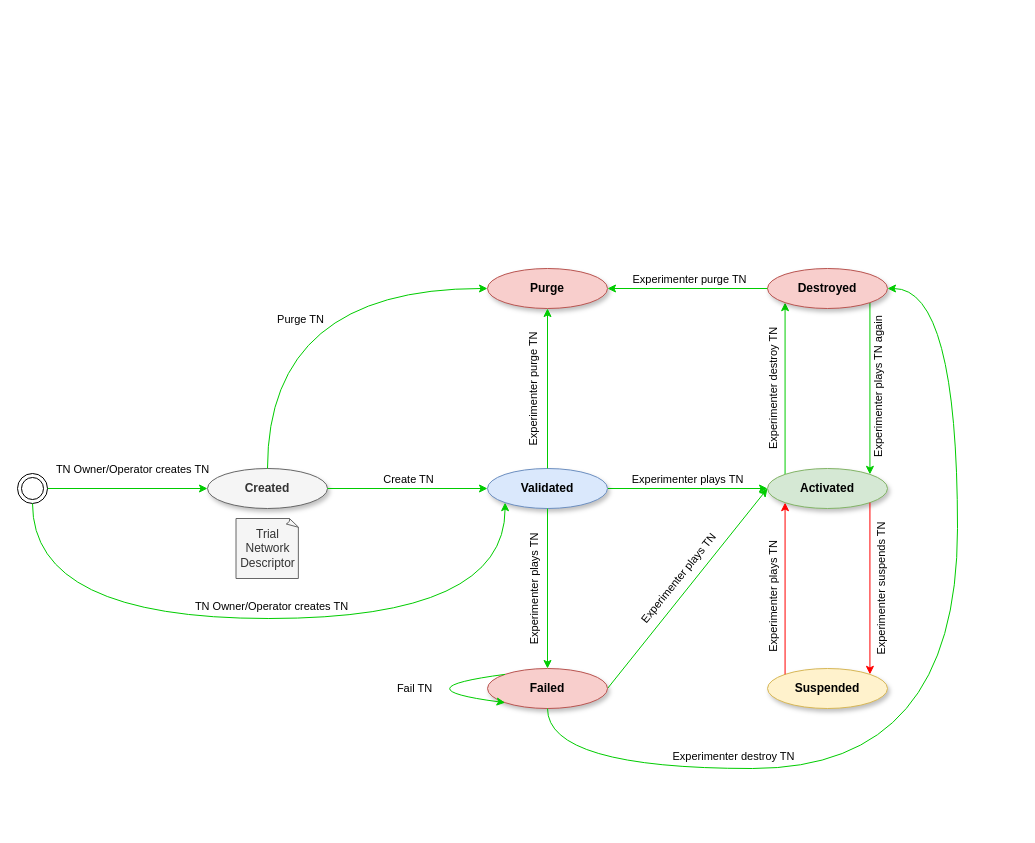
The draw.io diagram page "StateMachine" (2 of 2) of docs/drawio/TNLCM.drawio in 6G-SANDBOX/TNLCM, before the edit. Source tidied: cells renumbered, new cells numbered last; positions are measured from the earlier drawing's top-left corner, leaving out a move shared by most shapes. Both pictures are drawn from the tidied source at 100%, with x=0, y=0 at pixel (17, 268).
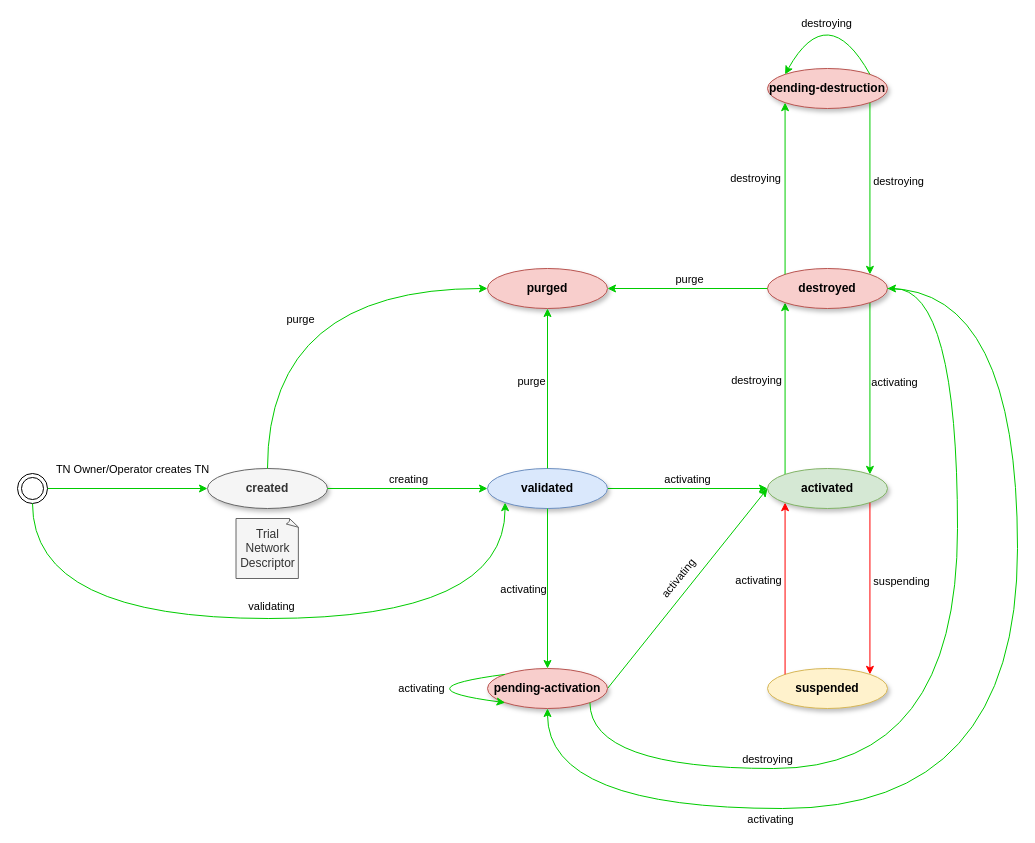
The same diagram, later.

Unchanged cells that the change refers to:
```xml
<mxCell id="2" style="edgeStyle=orthogonalEdgeStyle;rounded=0;jettySize=auto;html=1;entryX=0;entryY=1;entryDx=0;entryDy=0;exitX=0;exitY=0;exitDx=0;exitDy=0;strokeColor=#00CC00;" parent="1" edge="1" source="4" target="22">
  <mxGeometry relative="1" as="geometry" />
</mxCell>
<mxCell id="10" style="endArrow=classic;html=1;rounded=0;exitX=1;exitY=1;exitDx=0;exitDy=0;strokeColor=#FF0000;entryX=1;entryY=0;entryDx=0;entryDy=0;" parent="1" edge="1" source="4" target="9">
  <mxGeometry relative="1" as="geometry" />
</mxCell>
<mxCell id="12" style="endArrow=classic;html=1;rounded=0;exitX=0;exitY=0;exitDx=0;exitDy=0;entryX=0;entryY=1;entryDx=0;entryDy=0;strokeColor=#FF0000;" parent="1" edge="1" source="9" target="4">
  <mxGeometry relative="1" as="geometry" />
</mxCell>
<mxCell id="15" style="rounded=0;jettySize=auto;html=1;entryX=0;entryY=0.5;entryDx=0;entryDy=0;exitX=1;exitY=0.5;exitDx=0;exitDy=0;strokeColor=#00CC00;" parent="1" edge="1" source="17" target="4">
  <mxGeometry relative="1" as="geometry" />
</mxCell>
<mxCell id="18" style="endArrow=classic;html=1;rounded=0;exitX=0.5;exitY=1;exitDx=0;exitDy=0;entryX=0.5;entryY=0;entryDx=0;entryDy=0;strokeColor=#00CC00;" parent="1" edge="1" source="6" target="17">
  <mxGeometry relative="1" as="geometry" />
</mxCell>
<mxCell id="20" style="edgeStyle=orthogonalEdgeStyle;rounded=0;jettySize=auto;html=1;entryX=1;entryY=0;entryDx=0;entryDy=0;exitX=1;exitY=1;exitDx=0;exitDy=0;strokeColor=#00CC00;" parent="1" edge="1" source="22" target="4">
  <mxGeometry relative="1" as="geometry" />
</mxCell>
<mxCell id="24" style="rounded=0;jettySize=auto;html=1;exitX=0.5;exitY=0;exitDx=0;exitDy=0;strokeColor=#00CC00;" parent="1" edge="1" source="6" target="23">
  <mxGeometry relative="1" as="geometry" />
</mxCell>
<mxCell id="26" style="endArrow=classic;html=1;rounded=0;exitX=0;exitY=0.5;exitDx=0;exitDy=0;entryX=1;entryY=0.5;entryDx=0;entryDy=0;fillColor=#d5e8d4;strokeColor=#00CC00;" parent="1" edge="1" source="22" target="23">
  <mxGeometry relative="1" as="geometry" />
</mxCell>
<mxCell id="31" style="endArrow=classic;html=1;rounded=0;entryX=0;entryY=1;entryDx=0;entryDy=0;edgeStyle=orthogonalEdgeStyle;curved=1;strokeColor=#00CC00;" parent="1" edge="1" source="14" target="6">
  <mxGeometry relative="1" as="geometry">
    <Array as="points">
      <mxPoint x="15" y="350" />
      <mxPoint x="488" y="350" />
    </Array>
  </mxGeometry>
</mxCell>
<mxCell id="33" style="endArrow=classic;html=1;rounded=0;exitX=0;exitY=0;exitDx=0;exitDy=0;entryX=0;entryY=1;entryDx=0;entryDy=0;edgeStyle=orthogonalEdgeStyle;curved=1;strokeColor=#00CC00;" parent="1" edge="1" source="17" target="17">
  <mxGeometry relative="1" as="geometry">
    <Array as="points">
      <mxPoint x="380" y="420" />
    </Array>
  </mxGeometry>
</mxCell>
<mxCell id="35" style="endArrow=classic;html=1;rounded=0;exitX=0.5;exitY=0;exitDx=0;exitDy=0;entryX=0;entryY=0.5;entryDx=0;entryDy=0;edgeStyle=orthogonalEdgeStyle;curved=1;strokeColor=#00CC00;" parent="1" edge="1" source="28" target="23">
  <mxGeometry relative="1" as="geometry" />
</mxCell>
<mxCell id="37" style="endArrow=classic;html=1;rounded=0;exitX=1;exitY=0.5;exitDx=0;exitDy=0;entryX=0;entryY=0.5;entryDx=0;entryDy=0;strokeColor=#00CC00;" parent="1" edge="1" source="28" target="6">
  <mxGeometry relative="1" as="geometry" />
</mxCell>
```

Change to the diagram source:
```diff
@@
-    <mxCell id="3" value="Experimenter destroy TN" style="edgeLabel;html=1;align=center;verticalAlign=middle;rotation=-90;" parent="2" vertex="1">
+    <mxCell id="3" value="destroying" style="edgeLabel;html=1;align=center;verticalAlign=middle;rotation=0;" parent="2" vertex="1">
       <mxGeometry x="0.02" relative="1" as="geometry">
-        <mxPoint x="-12" y="3" as="offset" />
+        <mxPoint x="-29" y="-6" as="offset" />
       </mxGeometry>
     </mxCell>
-    <mxCell id="4" value="&lt;b&gt;Activated&lt;/b&gt;" style="ellipse;whiteSpace=wrap;html=1;shadow=1;fillColor=#d5e8d4;strokeColor=#82b366;" parent="1" vertex="1">
+    <mxCell id="4" value="&lt;b&gt;activated&lt;/b&gt;" style="ellipse;whiteSpace=wrap;html=1;shadow=1;fillColor=#d5e8d4;strokeColor=#82b366;" parent="1" vertex="1">
       <mxGeometry x="750" y="200" width="120" height="40" as="geometry" />
     </mxCell>
-    <mxCell id="5" value="Experimenter plays TN" style="edgeStyle=orthogonalEdgeStyle;rounded=0;jettySize=auto;html=1;verticalAlign=bottom;fillColor=#d5e8d4;strokeColor=#00CC00;" parent="1" edge="1" source="6" target="4">
+    <mxCell id="5" value="activating" style="edgeStyle=orthogonalEdgeStyle;rounded=0;jettySize=auto;html=1;verticalAlign=bottom;fillColor=#d5e8d4;strokeColor=#00CC00;" parent="1" edge="1" source="6" target="4">
       <mxGeometry relative="1" as="geometry" />
     </mxCell>
-    <mxCell id="6" value="&lt;b&gt;Validated&lt;/b&gt;" style="ellipse;whiteSpace=wrap;html=1;shadow=1;fillColor=#dae8fc;strokeColor=#6c8ebf;" parent="1" vertex="1">
+    <mxCell id="6" value="&lt;b&gt;validated&lt;/b&gt;" style="ellipse;whiteSpace=wrap;html=1;shadow=1;fillColor=#dae8fc;strokeColor=#6c8ebf;" parent="1" vertex="1">
       <mxGeometry x="470" y="200" width="120" height="40" as="geometry" />
     </mxCell>
@@
-    <mxCell id="9" value="&lt;b&gt;Suspended&lt;/b&gt;" style="ellipse;whiteSpace=wrap;html=1;shadow=1;fillColor=#fff2cc;strokeColor=#d6b656;" parent="1" vertex="1">
+    <mxCell id="9" value="&lt;b&gt;suspended&lt;/b&gt;" style="ellipse;whiteSpace=wrap;html=1;shadow=1;fillColor=#fff2cc;strokeColor=#d6b656;" parent="1" vertex="1">
       <mxGeometry x="750" y="400" width="120" height="40" as="geometry" />
     </mxCell>
@@
-    <mxCell id="11" value="Experimenter suspends TN" style="edgeLabel;html=1;align=center;verticalAlign=middle;rotation=-90;" parent="10" vertex="1">
+    <mxCell id="11" value="suspending" style="edgeLabel;html=1;align=center;verticalAlign=middle;rotation=0;" parent="10" vertex="1">
       <mxGeometry x="-0.47" y="-1" relative="1" as="geometry">
-        <mxPoint x="12" y="41" as="offset" />
+        <mxPoint x="32" y="32" as="offset" />
       </mxGeometry>
     </mxCell>
@@
-    <mxCell id="13" value="Experimenter plays TN" style="edgeLabel;html=1;align=center;verticalAlign=middle;rotation=-90;" parent="12" vertex="1">
+    <mxCell id="13" value="activating" style="edgeLabel;html=1;align=center;verticalAlign=middle;rotation=0;" parent="12" vertex="1">
       <mxGeometry x="-0.11" y="-20" relative="1" as="geometry">
-        <mxPoint x="-32" y="-1" as="offset" />
+        <mxPoint x="-47" y="-18" as="offset" />
       </mxGeometry>
     </mxCell>
@@
-    <mxCell id="16" value="Experimenter plays TN" style="edgeLabel;html=1;align=center;verticalAlign=middle;rotation=309;" parent="15" vertex="1">
+    <mxCell id="16" value="activating" style="edgeLabel;html=1;align=center;verticalAlign=middle;rotation=309;" parent="15" vertex="1">
       <mxGeometry x="0.22" relative="1" as="geometry">
         <mxPoint x="-27" y="12" as="offset" />
       </mxGeometry>
     </mxCell>
-    <mxCell id="17" value="&lt;b&gt;Failed&lt;/b&gt;" style="ellipse;whiteSpace=wrap;html=1;shadow=1;fillColor=#f8cecc;strokeColor=#b85450;" parent="1" vertex="1">
+    <mxCell id="17" value="&lt;b&gt;pending-activation&lt;/b&gt;" style="ellipse;whiteSpace=wrap;html=1;shadow=1;fillColor=#f8cecc;strokeColor=#b85450;" parent="1" vertex="1">
       <mxGeometry x="470" y="400" width="120" height="40" as="geometry" />
     </mxCell>
@@
-    <mxCell id="19" value="Experimenter plays TN" style="edgeLabel;html=1;align=center;verticalAlign=middle;rotation=-90;" parent="18" vertex="1">
+    <mxCell id="19" value="activating" style="edgeLabel;html=1;align=center;verticalAlign=middle;rotation=0;" parent="18" vertex="1">
       <mxGeometry x="-0.47" y="-2" relative="1" as="geometry">
-        <mxPoint x="-12" y="40" as="offset" />
+        <mxPoint x="-23" y="38" as="offset" />
       </mxGeometry>
     </mxCell>
@@
-    <mxCell id="21" value="Experimenter plays TN again" style="edgeLabel;html=1;align=center;verticalAlign=middle;rotation=-90;" parent="20" vertex="1">
+    <mxCell id="21" value="activating" style="edgeLabel;html=1;align=center;verticalAlign=middle;rotation=0;" parent="20" vertex="1">
       <mxGeometry x="-0.11" y="-2" relative="1" as="geometry">
-        <mxPoint x="10" y="9" as="offset" />
+        <mxPoint x="26" y="3" as="offset" />
       </mxGeometry>
     </mxCell>
-    <mxCell id="22" value="&lt;b&gt;Destroyed&lt;/b&gt;" style="ellipse;whiteSpace=wrap;html=1;shadow=1;fillColor=#f8cecc;strokeColor=#b85450;" parent="1" vertex="1">
+    <mxCell id="22" value="&lt;b&gt;destroyed&lt;/b&gt;" style="ellipse;whiteSpace=wrap;html=1;shadow=1;fillColor=#f8cecc;strokeColor=#b85450;" parent="1" vertex="1">
       <mxGeometry x="750" width="120" height="40" as="geometry" />
     </mxCell>
-    <mxCell id="23" value="&lt;b&gt;Purge&lt;/b&gt;" style="ellipse;whiteSpace=wrap;html=1;shadow=1;fillColor=#f8cecc;strokeColor=#b85450;" parent="1" vertex="1">
+    <mxCell id="23" value="&lt;b&gt;purged&lt;/b&gt;" style="ellipse;whiteSpace=wrap;html=1;shadow=1;fillColor=#f8cecc;strokeColor=#b85450;" parent="1" vertex="1">
       <mxGeometry x="470" width="120" height="40" as="geometry" />
     </mxCell>
@@
-    <mxCell id="25" value="Experimenter purge TN" style="edgeLabel;html=1;align=center;verticalAlign=middle;rotation=-90;" parent="24" vertex="1">
+    <mxCell id="25" value="purge" style="edgeLabel;html=1;align=center;verticalAlign=middle;rotation=0;" parent="24" vertex="1">
       <mxGeometry x="0.02" relative="1" as="geometry">
-        <mxPoint x="-15" y="4" as="offset" />
+        <mxPoint x="-17" y="-6" as="offset" />
       </mxGeometry>
     </mxCell>
@@
-    <mxCell id="27" value="Experimenter purge TN" style="edgeLabel;html=1;align=center;verticalAlign=middle;rotation=0;" parent="26" vertex="1">
+    <mxCell id="27" value="purge" style="edgeLabel;html=1;align=center;verticalAlign=middle;rotation=0;" parent="26" vertex="1">
       <mxGeometry x="-0.23" y="11" relative="1" as="geometry">
         <mxPoint x="-17" y="-21" as="offset" />
       </mxGeometry>
     </mxCell>
-    <mxCell id="28" value="&lt;b&gt;Created&lt;/b&gt;" style="ellipse;whiteSpace=wrap;html=1;shadow=1;fillColor=#f5f5f5;strokeColor=#666666;fontColor=#333333;" parent="1" vertex="1">
+    <mxCell id="28" value="&lt;b&gt;created&lt;/b&gt;" style="ellipse;whiteSpace=wrap;html=1;shadow=1;fillColor=#f5f5f5;strokeColor=#666666;fontColor=#333333;" parent="1" vertex="1">
       <mxGeometry x="190" y="200" width="120" height="40" as="geometry" />
     </mxCell>
-    <mxCell id="29" style="endArrow=classic;html=1;rounded=0;exitX=0.5;exitY=1;exitDx=0;exitDy=0;entryX=1;entryY=0.5;entryDx=0;entryDy=0;edgeStyle=orthogonalEdgeStyle;curved=1;strokeColor=#00CC00;" parent="1" edge="1" source="17" target="22">
+    <mxCell id="29" style="endArrow=classic;html=1;rounded=0;exitX=1;exitY=1;exitDx=0;exitDy=0;entryX=1;entryY=0.5;entryDx=0;entryDy=0;edgeStyle=orthogonalEdgeStyle;curved=1;strokeColor=#00CC00;" parent="1" edge="1" source="17" target="22">
       <mxGeometry relative="1" as="geometry">
         <Array as="points">
-          <mxPoint x="530" y="500" />
+          <mxPoint x="572" y="500" />
           <mxPoint x="940" y="500" />
           <mxPoint x="940" y="20" />
         </Array>
       </mxGeometry>
     </mxCell>
-    <mxCell id="30" value="Experimenter destroy TN" style="edgeLabel;html=1;align=center;verticalAlign=middle;" parent="29" vertex="1">
+    <mxCell id="30" value="destroying" style="edgeLabel;html=1;align=center;verticalAlign=middle;" parent="29" vertex="1">
       <mxGeometry x="-0.52" relative="1" as="geometry">
-        <mxPoint y="-13" as="offset" />
+        <mxPoint x="7" y="-10" as="offset" />
       </mxGeometry>
     </mxCell>
@@
-    <mxCell id="32" value="TN Owner/Operator creates TN" style="edgeLabel;html=1;align=center;verticalAlign=middle;" parent="31" vertex="1">
+    <mxCell id="32" value="validating" style="edgeLabel;html=1;align=center;verticalAlign=middle;" parent="31" vertex="1">
       <mxGeometry x="0.06" relative="1" as="geometry">
         <mxPoint x="-20" y="-13" as="offset" />
       </mxGeometry>
     </mxCell>
@@
-    <mxCell id="34" value="Fail TN" style="edgeLabel;html=1;align=center;verticalAlign=middle;" parent="33" vertex="1">
+    <mxCell id="34" value="activating" style="edgeLabel;html=1;align=center;verticalAlign=middle;" parent="33" vertex="1">
       <mxGeometry x="-0.72" y="-3" relative="1" as="geometry">
-        <mxPoint x="-61" y="13" as="offset" />
+        <mxPoint x="-54" y="13" as="offset" />
       </mxGeometry>
     </mxCell>
@@
-    <mxCell id="36" value="Purge TN" style="edgeLabel;html=1;align=center;verticalAlign=middle;" parent="35" vertex="1">
+    <mxCell id="36" value="purge" style="edgeLabel;html=1;align=center;verticalAlign=middle;" parent="35" vertex="1">
       <mxGeometry x="-0.53" y="-22" relative="1" as="geometry">
         <mxPoint x="10" y="-56" as="offset" />
       </mxGeometry>
     </mxCell>
@@
-    <mxCell id="38" value="Create TN" style="edgeLabel;html=1;align=center;verticalAlign=middle;" parent="37" vertex="1">
+    <mxCell id="38" value="creating" style="edgeLabel;html=1;align=center;verticalAlign=middle;" parent="37" vertex="1">
       <mxGeometry x="0.25" y="-1" relative="1" as="geometry">
         <mxPoint x="-20" y="-11" as="offset" />
       </mxGeometry>
     </mxCell>
+    <mxCell id="39" value="&lt;b&gt;pending-destruction&lt;/b&gt;" style="ellipse;whiteSpace=wrap;html=1;shadow=1;fillColor=#f8cecc;strokeColor=#b85450;" parent="1" vertex="1">
+      <mxGeometry x="750" y="-200" width="120" height="40" as="geometry" />
+    </mxCell>
+    <mxCell id="40" style="endArrow=classic;html=1;rounded=0;exitX=1;exitY=1;exitDx=0;exitDy=0;strokeColor=#00CC00;entryX=1;entryY=0;entryDx=0;entryDy=0;" parent="1" edge="1" source="39" target="22">
+      <mxGeometry relative="1" as="geometry" />
+    </mxCell>
+    <mxCell id="41" value="destroying" style="edgeLabel;html=1;align=center;verticalAlign=middle;" parent="40" vertex="1">
+      <mxGeometry x="0.16" y="-3" relative="1" as="geometry">
+        <mxPoint x="31" y="-22" as="offset" />
+      </mxGeometry>
+    </mxCell>
+    <mxCell id="42" style="endArrow=classic;html=1;rounded=0;exitX=0;exitY=0;exitDx=0;exitDy=0;strokeColor=#00CC00;entryX=0;entryY=1;entryDx=0;entryDy=0;" parent="1" edge="1" source="22" target="39">
+      <mxGeometry relative="1" as="geometry" />
+    </mxCell>
+    <mxCell id="43" value="destroying" style="edgeLabel;html=1;align=center;verticalAlign=middle;" parent="42" vertex="1">
+      <mxGeometry x="-0.33" y="1" relative="1" as="geometry">
+        <mxPoint x="-29" y="-38" as="offset" />
+      </mxGeometry>
+    </mxCell>
+    <mxCell id="44" style="endArrow=classic;html=1;rounded=0;exitX=1;exitY=0;exitDx=0;exitDy=0;entryX=0;entryY=0;entryDx=0;entryDy=0;edgeStyle=orthogonalEdgeStyle;curved=1;strokeColor=#00CC00;" parent="1" edge="1" source="39" target="39">
+      <mxGeometry relative="1" as="geometry">
+        <Array as="points">
+          <mxPoint x="810" y="-270" />
+        </Array>
+      </mxGeometry>
+    </mxCell>
+    <mxCell id="45" value="destroying" style="edgeLabel;html=1;align=center;verticalAlign=middle;" parent="44" vertex="1">
+      <mxGeometry x="0.45" y="16" relative="1" as="geometry">
+        <mxPoint x="4" y="-17" as="offset" />
+      </mxGeometry>
+    </mxCell>
+    <mxCell id="46" style="endArrow=classic;html=1;rounded=0;exitX=1;exitY=0.5;exitDx=0;exitDy=0;entryX=0.5;entryY=1;entryDx=0;entryDy=0;edgeStyle=orthogonalEdgeStyle;curved=1;strokeColor=#00CC00;" parent="1" edge="1" source="22" target="17">
+      <mxGeometry relative="1" as="geometry">
+        <Array as="points">
+          <mxPoint x="1000" y="20" />
+          <mxPoint x="1000" y="540" />
+          <mxPoint x="530" y="540" />
+        </Array>
+      </mxGeometry>
+    </mxCell>
+    <mxCell id="47" value="activating" style="edgeLabel;html=1;align=center;verticalAlign=middle;" parent="46" vertex="1">
+      <mxGeometry x="0.19" y="-39" relative="1" as="geometry">
+        <mxPoint x="-172" y="49" as="offset" />
+      </mxGeometry>
+    </mxCell>
```
